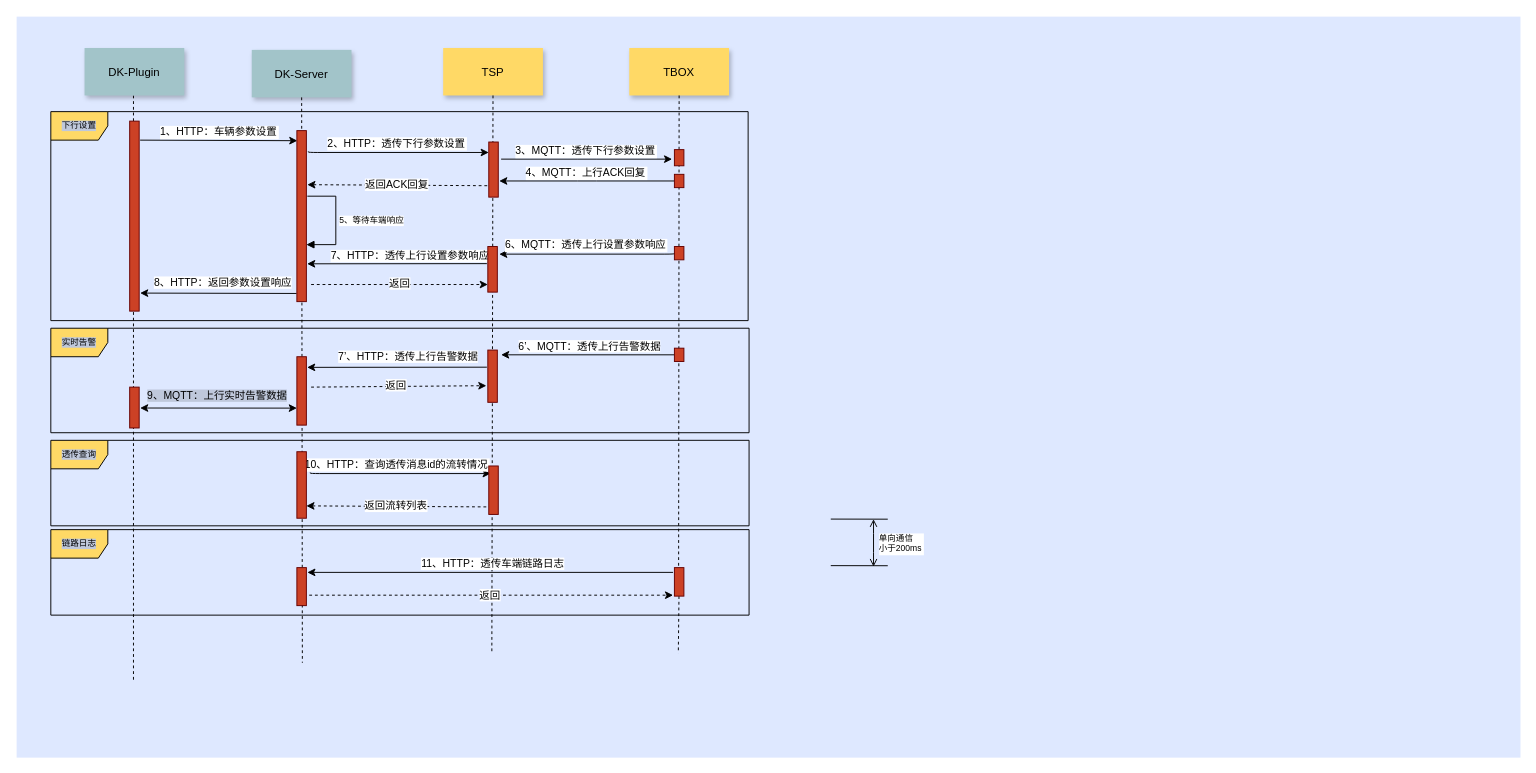
Earlier version of the draw.io diagram A02-Dk-Tsp细化tsp-tbox.drawio (jianguocong/chart). Source tidied: cells renumbered, new cells numbered last; positions are measured from the earlier drawing's top-left corner, leaving out a move shared by most shapes. Both pictures are drawn from the tidied source at 95%, with x=0, y=0 at pixel (16, 16).
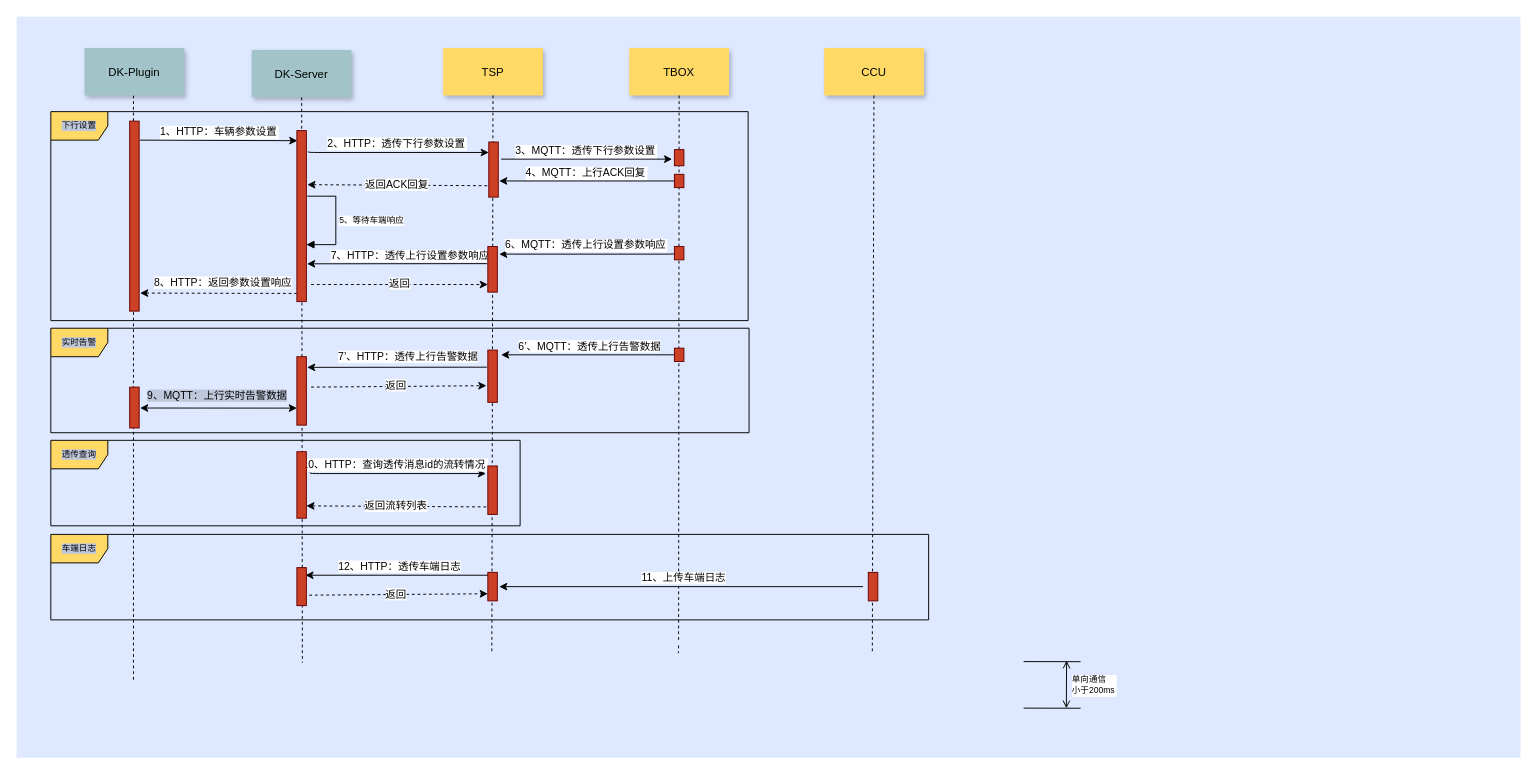
The same page after the edit.

Unchanged cells that the change refers to:
```xml
<mxCell id="2" style="fillColor=#DEE8FF;strokeColor=none;" parent="1" vertex="1">
  <mxGeometry width="1583" height="780" as="geometry" />
</mxCell>
<mxCell id="13" value="TSP" style="shadow=1;fillColor=#FFD966;strokeColor=none;" parent="1" vertex="1">
  <mxGeometry x="449" y="33" width="105" height="50" as="geometry" />
</mxCell>
<mxCell id="14" value="TBOX" style="shadow=1;fillColor=#FFD966;strokeColor=none;" parent="1" vertex="1">
  <mxGeometry x="644.9" y="33" width="105" height="50" as="geometry" />
</mxCell>
```

What changed in the source:
```diff
@@
-    <mxCell id="3" value="链路日志" style="shape=umlFrame;whiteSpace=wrap;html=1;labelBackgroundColor=#BFC8DB;fontSize=9;fillColor=#FFD966;" parent="1" vertex="1">
-      <mxGeometry x="36" y="540" width="735" height="90" as="geometry" />
+    <mxCell id="3" value="车端日志" style="shape=umlFrame;whiteSpace=wrap;html=1;labelBackgroundColor=#BFC8DB;fontSize=9;fillColor=#FFD966;" parent="1" vertex="1">
+      <mxGeometry x="36" y="545" width="924" height="90" as="geometry" />
     </mxCell>
     <mxCell id="4" value="透传查询" style="shape=umlFrame;whiteSpace=wrap;html=1;labelBackgroundColor=#BFC8DB;fontSize=9;fillColor=#FFD966;" parent="1" vertex="1">
-      <mxGeometry x="36" y="446" width="735" height="90" as="geometry" />
+      <mxGeometry x="36" y="446" width="494" height="90" as="geometry" />
     </mxCell>
@@
-    <mxCell id="18" style="edgeStyle=none;verticalLabelPosition=top;verticalAlign=bottom;endArrow=none;startArrow=classic;entryX=-0.033;entryY=0.63;entryDx=0;entryDy=0;entryPerimeter=0;" parent="1" edge="1">
+    <mxCell id="18" style="edgeStyle=none;verticalLabelPosition=top;verticalAlign=bottom;endArrow=none;startArrow=classic;entryX=-0.033;entryY=0.63;entryDx=0;entryDy=0;entryPerimeter=0;dashed=1;" parent="1" edge="1">
       <mxGeometry x="200.7" y="214.5" as="geometry">
         <mxPoint x="130" y="291" as="sourcePoint" />
         <mxPoint x="294.7" y="291.4" as="targetPoint" />
       </mxGeometry>
     </mxCell>
@@
-    <mxCell id="30" value="单向通信&#10;小于200ms" style="edgeStyle=elbowEdgeStyle;elbow=horizontal;startArrow=open;endArrow=open;labelPosition=left;align=left;fontSize=9;" parent="1" edge="1">
-      <mxGeometry x="146" y="227.7" as="geometry">
-        <mxPoint x="902" y="529" as="sourcePoint" />
-        <mxPoint x="902" y="579" as="targetPoint" />
-        <mxPoint x="4" as="offset" />
-      </mxGeometry>
-    </mxCell>
     <mxCell id="31" style="edgeStyle=none;verticalLabelPosition=top;verticalAlign=bottom;endArrow=none;startArrow=none;exitX=0.9;exitY=0.533;exitDx=0;exitDy=0;exitPerimeter=0;startFill=0;" parent="1" edge="1">
-      <mxGeometry x="900" y="328.2" as="geometry">
-        <mxPoint x="857" y="528.9" as="sourcePoint" />
-        <mxPoint x="917" y="529" as="targetPoint" />
+      <mxGeometry x="1103" y="478.2" as="geometry">
+        <mxPoint x="1060" y="678.9" as="sourcePoint" />
+        <mxPoint x="1120" y="679" as="targetPoint" />
       </mxGeometry>
     </mxCell>
     <mxCell id="32" style="edgeStyle=none;verticalLabelPosition=top;verticalAlign=bottom;endArrow=none;startArrow=none;exitX=0.9;exitY=0.533;exitDx=0;exitDy=0;exitPerimeter=0;startFill=0;" parent="1" edge="1">
-      <mxGeometry x="900" y="377.2" as="geometry">
-        <mxPoint x="857" y="577.9" as="sourcePoint" />
-        <mxPoint x="917" y="578" as="targetPoint" />
+      <mxGeometry x="1103" y="527.2" as="geometry">
+        <mxPoint x="1060" y="727.9" as="sourcePoint" />
+        <mxPoint x="1120" y="728" as="targetPoint" />
       </mxGeometry>
     </mxCell>
@@
-    <mxCell id="36" style="edgeStyle=none;endArrow=none;dashed=1;entryX=0.44;entryY=0.859;entryDx=0;entryDy=0;entryPerimeter=0;startArrow=none;" parent="1" edge="1" source="59" target="2">
-      <mxGeometry x="622.2" y="165" as="geometry" />
+    <mxCell id="36" style="edgeStyle=none;endArrow=none;dashed=1;entryX=0.44;entryY=0.859;entryDx=0;entryDy=0;entryPerimeter=0;startArrow=none;" parent="1" edge="1" target="2">
+      <mxGeometry x="622.2" y="165" as="geometry">
+        <mxPoint x="696.8" y="662" as="sourcePoint" />
+      </mxGeometry>
     </mxCell>
@@
-    <mxCell id="40" value="10、HTTP：查询透传消息id的流转情况" style="edgeStyle=elbowEdgeStyle;elbow=vertical;verticalLabelPosition=top;verticalAlign=bottom;entryX=0.3;entryY=0.113;entryDx=0;entryDy=0;entryPerimeter=0;exitX=1.5;exitY=0.091;exitDx=0;exitDy=0;exitPerimeter=0;" parent="1" edge="1">
+    <mxCell id="40" value="10、HTTP：查询透传消息id的流转情况" style="edgeStyle=elbowEdgeStyle;elbow=vertical;verticalLabelPosition=top;verticalAlign=bottom;exitX=1.5;exitY=0.091;exitDx=0;exitDy=0;exitPerimeter=0;entryX=-0.2;entryY=0.163;entryDx=0;entryDy=0;entryPerimeter=0;" parent="1" edge="1" target="58">
       <mxGeometry as="geometry">
         <mxPoint x="309" y="480" as="sourcePoint" />
-        <mxPoint x="499" y="481" as="targetPoint" />
         <mxPoint x="-4" as="offset" />
       </mxGeometry>
     </mxCell>
@@
-    <mxCell id="43" style="edgeStyle=none;endArrow=none;dashed=1;entryX=0.316;entryY=0.859;entryDx=0;entryDy=0;entryPerimeter=0;" parent="1" edge="1" source="13" target="2">
-      <mxGeometry x="614.5" y="175" as="geometry" />
-    </mxCell>
@@
     <mxCell id="45" style="edgeStyle=none;verticalLabelPosition=top;verticalAlign=bottom;endArrow=none;startArrow=classic;exitX=1;exitY=0;exitDx=0;exitDy=0;" parent="1" edge="1">
-      <mxGeometry x="574" y="524.5" as="geometry">
-        <mxPoint x="306" y="585" as="sourcePoint" />
-        <mxPoint x="691" y="585" as="targetPoint" />
+      <mxGeometry x="572" y="527.5" as="geometry">
+        <mxPoint x="304" y="588" as="sourcePoint" />
+        <mxPoint x="498" y="588" as="targetPoint" />
       </mxGeometry>
     </mxCell>
-    <mxCell id="46" value="11、HTTP：透传车端链路日志" style="edgeLabel;html=1;align=center;verticalAlign=middle;fontSize=11;" parent="45" vertex="1">
+    <mxCell id="46" value="12、HTTP：透传车端日志" style="edgeLabel;html=1;align=center;verticalAlign=middle;fontSize=11;" parent="45" vertex="1">
       <mxGeometry relative="1" as="geometry">
         <mxPoint x="1" y="-10" as="offset" />
       </mxGeometry>
     </mxCell>
@@
-    <mxCell id="48" style="fillColor=#CC4125;strokeColor=#660000;" parent="1" vertex="1">
-      <mxGeometry x="497" y="132" width="10" height="58" as="geometry" />
-    </mxCell>
-    <mxCell id="49" style="edgeStyle=none;endArrow=none;dashed=1;entryX=0.44;entryY=0.859;entryDx=0;entryDy=0;entryPerimeter=0;" parent="1" edge="1" source="14" target="59">
-      <mxGeometry x="622.2" y="165" as="geometry" />
+    <mxCell id="49" style="edgeStyle=none;endArrow=none;dashed=1;entryX=0.44;entryY=0.859;entryDx=0;entryDy=0;entryPerimeter=0;" parent="1" edge="1" source="14">
+      <mxGeometry x="622.2" y="165" as="geometry">
+        <mxPoint x="696.8" y="657.8" as="targetPoint" />
+      </mxGeometry>
     </mxCell>
@@
-    <mxCell id="53" style="fillColor=#CC4125;strokeColor=#660000;" parent="1" vertex="1">
-      <mxGeometry x="496" y="242" width="10" height="48" as="geometry" />
-    </mxCell>
-    <mxCell id="54" style="fillColor=#CC4125;strokeColor=#660000;" parent="1" vertex="1">
-      <mxGeometry x="496" y="351" width="10" height="55" as="geometry" />
-    </mxCell>
@@
-    <mxCell id="58" style="fillColor=#CC4125;strokeColor=#660000;" parent="1" vertex="1">
-      <mxGeometry x="497" y="473" width="10" height="51" as="geometry" />
-    </mxCell>
-    <mxCell id="59" style="fillColor=#CC4125;strokeColor=#660000;" parent="1" vertex="1">
-      <mxGeometry x="692.4" y="580" width="10" height="30" as="geometry" />
-    </mxCell>
@@
-    <mxCell id="61" style="edgeStyle=none;verticalLabelPosition=top;verticalAlign=bottom;endArrow=classic;startArrow=none;dashed=1;exitX=0.9;exitY=0.533;exitDx=0;exitDy=0;exitPerimeter=0;endFill=1;startFill=0;" parent="1" edge="1">
+    <mxCell id="61" style="edgeStyle=none;verticalLabelPosition=top;verticalAlign=bottom;endArrow=classic;startArrow=none;dashed=1;exitX=0.9;exitY=0.533;exitDx=0;exitDy=0;exitPerimeter=0;endFill=1;startFill=0;entryX=0;entryY=0.75;entryDx=0;entryDy=0;" parent="1" edge="1" target="65">
       <mxGeometry x="381" y="539.6" as="geometry">
         <mxPoint x="308" y="609" as="sourcePoint" />
-        <mxPoint x="691" y="609" as="targetPoint" />
       </mxGeometry>
     </mxCell>
@@
+    <mxCell id="63" value="CCU" style="shadow=1;fillColor=#FFD966;strokeColor=none;" parent="1" vertex="1">
+      <mxGeometry x="850" y="33" width="105" height="50" as="geometry" />
+    </mxCell>
+    <mxCell id="64" style="edgeStyle=none;endArrow=none;dashed=1;entryX=0.569;entryY=0.859;entryDx=0;entryDy=0;entryPerimeter=0;" parent="1" edge="1" source="63" target="2">
+      <mxGeometry x="827.3" y="165" as="geometry" />
+    </mxCell>
+    <mxCell id="30" value="单向通信&#10;小于200ms" style="edgeStyle=elbowEdgeStyle;elbow=horizontal;startArrow=open;endArrow=open;labelPosition=left;align=left;fontSize=9;" parent="1" edge="1">
+      <mxGeometry x="349.2" y="376.7" as="geometry">
+        <mxPoint x="1105.2" y="678" as="sourcePoint" />
+        <mxPoint x="1105.2" y="728" as="targetPoint" />
+        <mxPoint x="4" as="offset" />
+      </mxGeometry>
+    </mxCell>
+    <mxCell id="43" style="edgeStyle=none;endArrow=none;dashed=1;entryX=0.316;entryY=0.859;entryDx=0;entryDy=0;entryPerimeter=0;" parent="1" edge="1" source="13" target="2">
+      <mxGeometry x="614.5" y="175" as="geometry" />
+    </mxCell>
+    <mxCell id="65" style="fillColor=#CC4125;strokeColor=#660000;" parent="1" vertex="1">
+      <mxGeometry x="496" y="585" width="10" height="30" as="geometry" />
+    </mxCell>
+    <mxCell id="58" style="fillColor=#CC4125;strokeColor=#660000;" parent="1" vertex="1">
+      <mxGeometry x="496" y="473" width="10" height="51" as="geometry" />
+    </mxCell>
+    <mxCell id="54" style="fillColor=#CC4125;strokeColor=#660000;" parent="1" vertex="1">
+      <mxGeometry x="496" y="351" width="10" height="55" as="geometry" />
+    </mxCell>
+    <mxCell id="53" style="fillColor=#CC4125;strokeColor=#660000;" parent="1" vertex="1">
+      <mxGeometry x="496" y="242" width="10" height="48" as="geometry" />
+    </mxCell>
+    <mxCell id="48" style="fillColor=#CC4125;strokeColor=#660000;" parent="1" vertex="1">
+      <mxGeometry x="497" y="132" width="10" height="58" as="geometry" />
+    </mxCell>
+    <mxCell id="66" style="fillColor=#CC4125;strokeColor=#660000;" parent="1" vertex="1">
+      <mxGeometry x="896.5" y="585" width="10" height="30" as="geometry" />
+    </mxCell>
+    <mxCell id="67" style="edgeStyle=none;verticalLabelPosition=top;verticalAlign=bottom;endArrow=none;startArrow=classic;exitX=0;exitY=0.5;exitDx=0;exitDy=0;" parent="1" edge="1">
+      <mxGeometry x="982.5" y="537.5" as="geometry">
+        <mxPoint x="508" y="600" as="sourcePoint" />
+        <mxPoint x="891" y="600" as="targetPoint" />
+      </mxGeometry>
+    </mxCell>
+    <mxCell id="68" value="11、上传车端日志" style="edgeLabel;html=1;align=center;verticalAlign=middle;fontSize=11;" parent="67" vertex="1">
+      <mxGeometry relative="1" as="geometry">
+        <mxPoint x="1" y="-10" as="offset" />
+      </mxGeometry>
+    </mxCell>
```
